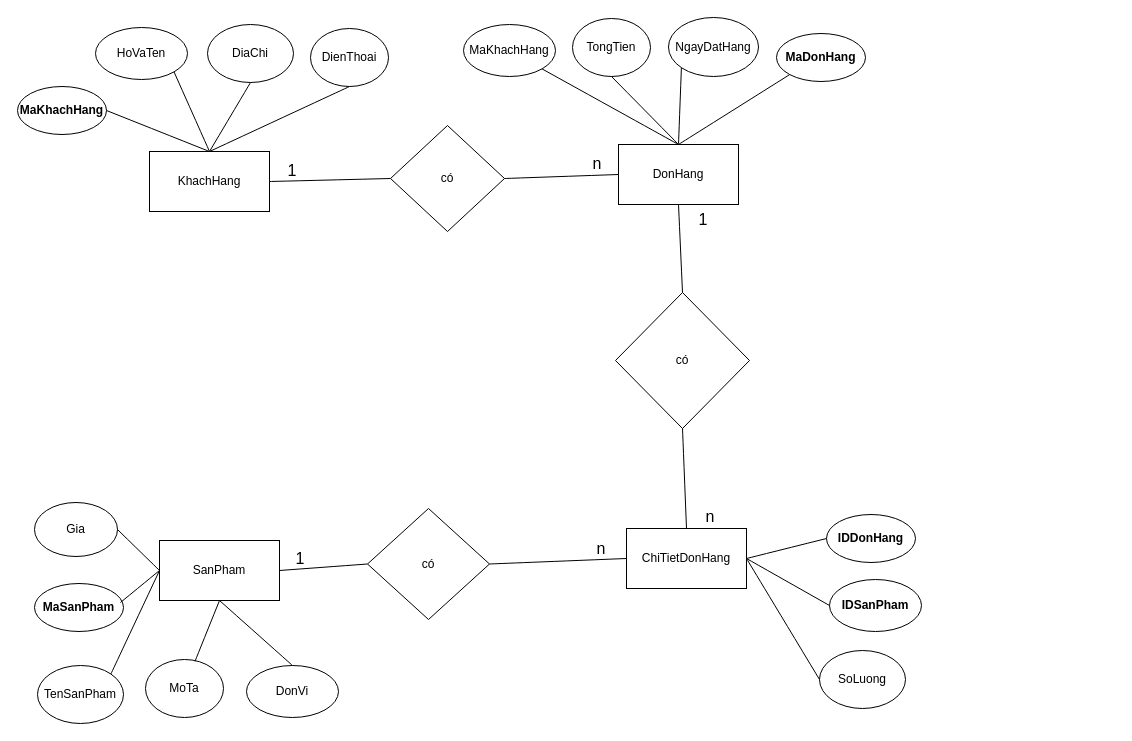
Before: page "Lược Đồ ER" (1 of 2) of DuAn3.drawio in PhamThom129D/DeThiMau, a draw.io diagram. Source tidied: cells renumbered, new cells numbered last; positions are measured from the earlier drawing's top-left corner, leaving out a move shared by most shapes. Both pictures are drawn from the tidied source at 100%, with x=0, y=0 at pixel (17, 17).
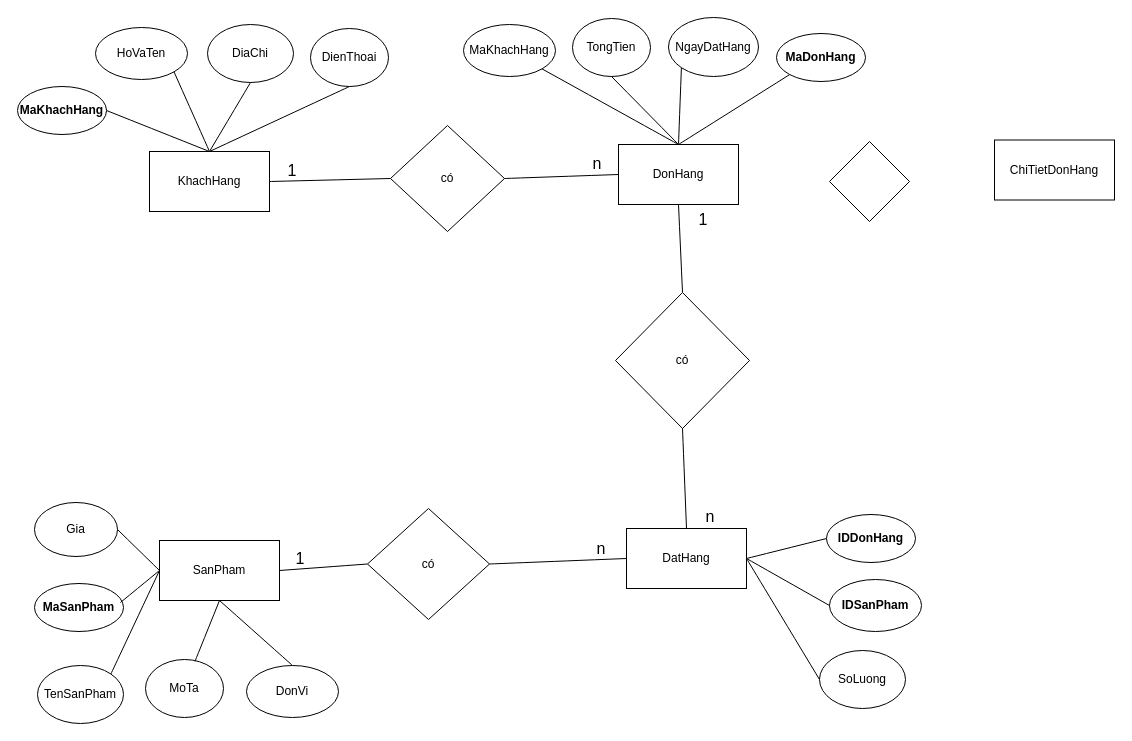
The same page after the edit.

Commit message:
Cập nhật DuAn3.drawio

What changed in the source:
```diff
@@
-    <mxCell id="14" value="ChiTietDonHang" style="rounded=0;whiteSpace=wrap;html=1;" parent="1" vertex="1">
+    <mxCell id="14" value="DatHang" style="rounded=0;whiteSpace=wrap;html=1;" parent="1" vertex="1">
       <mxGeometry x="609" y="511" width="120" height="60" as="geometry" />
     </mxCell>
@@
+    <mxCell id="53" value="ChiTietDonHang" style="rounded=0;whiteSpace=wrap;html=1;" parent="1" vertex="1">
+      <mxGeometry x="977" y="122.5" width="120" height="60" as="geometry" />
+    </mxCell>
+    <mxCell id="54" style="rhombus;whiteSpace=wrap;html=1;" parent="1" vertex="1">
+      <mxGeometry x="812" y="124" width="80" height="80" as="geometry" />
+    </mxCell>
```
